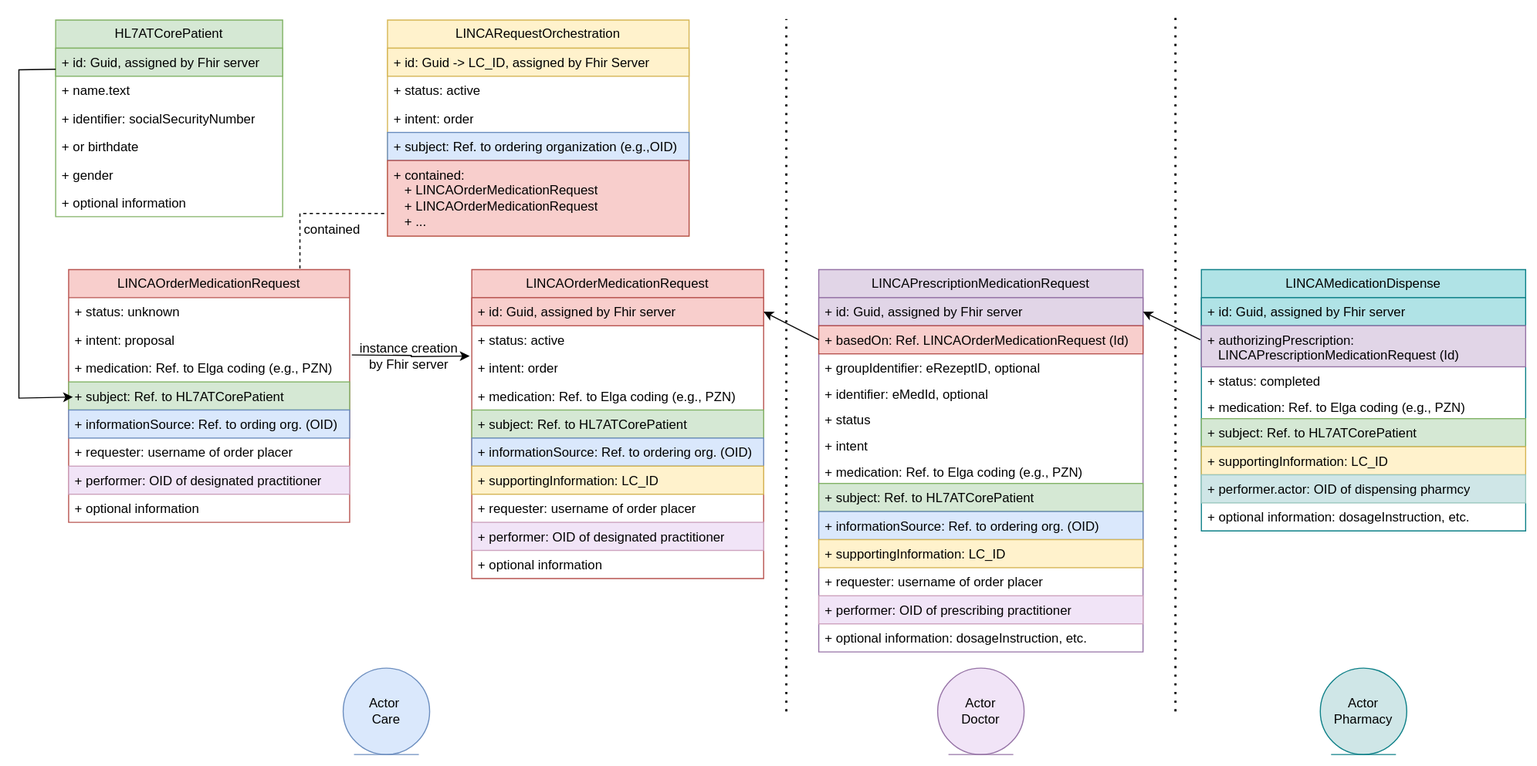
Above: input/images/LINCA_resources_details.svg in HL7Austria/LinkedCare (draw.io), before the change. Source tidied: cells renumbered, new cells last; positions are measured from the earlier drawing's top-left corner, leaving out a move shared by most shapes.
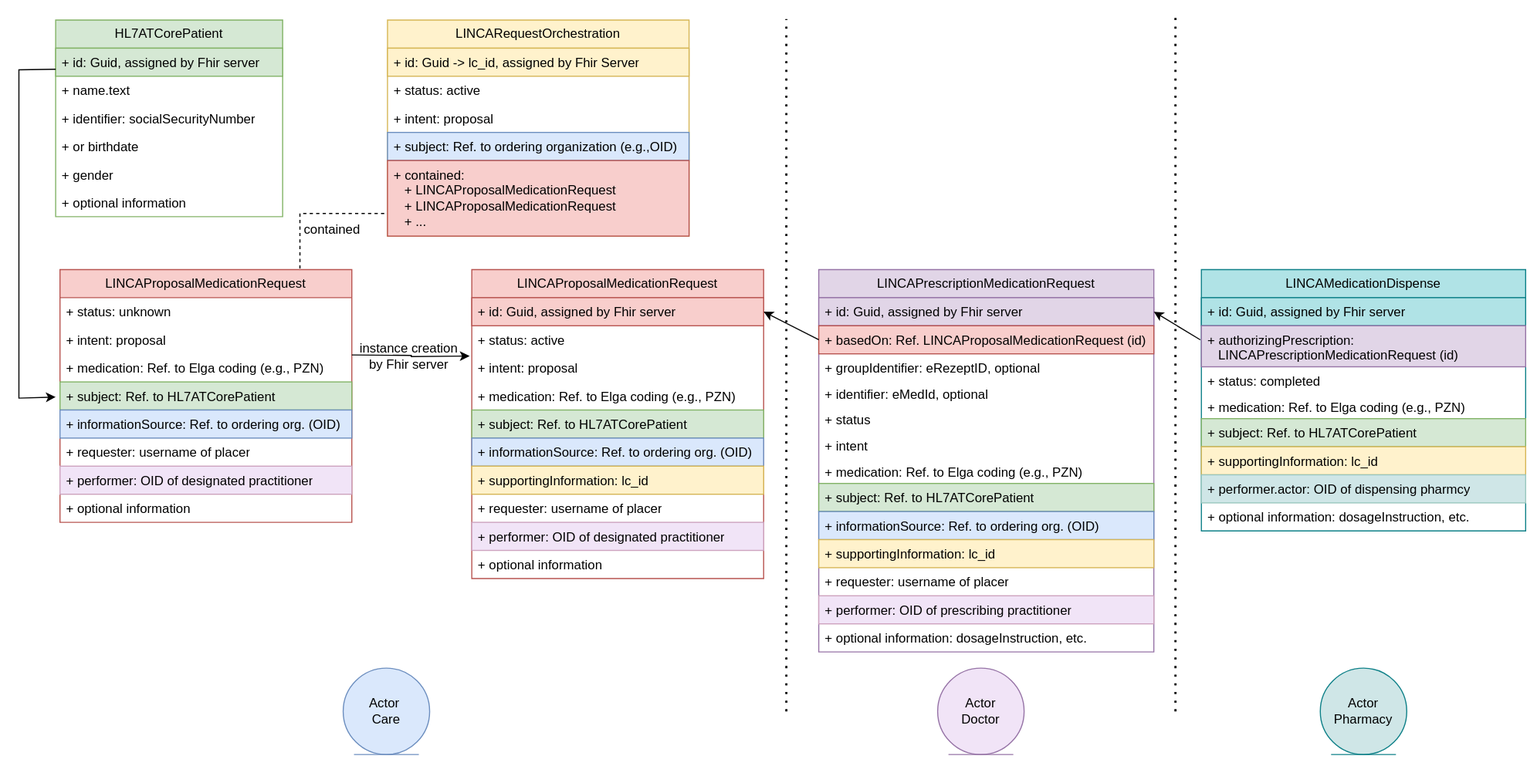
The same diagram one commit later.

The edit, as a diff of the source:
```diff
@@ -28,3 +28,3 @@
     </mxCell>
-    <mxCell id="10" value="+ id: Guid -&amp;gt; LC_ID, assigned by Fhir Server" style="text;strokeColor=#d6b656;fillColor=#fff2cc;align=left;verticalAlign=top;spacingLeft=4;spacingRight=4;overflow=hidden;whiteSpace=wrap;html=1;" parent="9" vertex="1">
+    <mxCell id="10" value="+ id: Guid -&amp;gt; lc_id, assigned by Fhir Server" style="text;strokeColor=#d6b656;fillColor=#fff2cc;align=left;verticalAlign=top;spacingLeft=4;spacingRight=4;overflow=hidden;whiteSpace=wrap;html=1;" parent="9" vertex="1">
       <mxGeometry y="26" width="279" height="26" as="geometry" />
@@ -34,3 +34,3 @@
     </mxCell>
-    <mxCell id="12" value="+ intent: order" style="text;strokeColor=none;fillColor=none;align=left;verticalAlign=top;spacingLeft=4;spacingRight=4;overflow=hidden;whiteSpace=wrap;html=1;" parent="9" vertex="1">
+    <mxCell id="12" value="+ intent: proposal" style="text;strokeColor=none;fillColor=none;align=left;verticalAlign=top;spacingLeft=4;spacingRight=4;overflow=hidden;whiteSpace=wrap;html=1;" parent="9" vertex="1">
       <mxGeometry y="78" width="279" height="26" as="geometry" />
@@ -40,33 +40,33 @@
     </mxCell>
-    <mxCell id="14" value="+ contained:&amp;nbsp;&lt;br&gt;&lt;blockquote style=&quot;margin: 0 0 0 40px; border: none; padding: 0px;&quot;&gt;&lt;/blockquote&gt;&lt;span style=&quot;background-color: initial;&quot;&gt;&amp;nbsp; &amp;nbsp;+ LINCAOrderMedicationRequest&lt;br&gt;&lt;/span&gt;&amp;nbsp; &amp;nbsp;+ LINCAOrderMedicationRequest&lt;br&gt;&amp;nbsp; &amp;nbsp;+ ...&lt;br&gt;&lt;blockquote style=&quot;margin: 0 0 0 40px; border: none; padding: 0px;&quot;&gt;&lt;/blockquote&gt;" style="text;strokeColor=#b85450;fillColor=#f8cecc;align=left;verticalAlign=top;spacingLeft=4;spacingRight=4;overflow=hidden;whiteSpace=wrap;html=1;" parent="9" vertex="1">
+    <mxCell id="14" value="+ contained:&amp;nbsp;&lt;br&gt;&lt;blockquote style=&quot;margin: 0 0 0 40px; border: none; padding: 0px;&quot;&gt;&lt;/blockquote&gt;&lt;span style=&quot;background-color: initial;&quot;&gt;&amp;nbsp; &amp;nbsp;+ LINCAProposalMedicationRequest&lt;br&gt;&lt;/span&gt;&amp;nbsp; &amp;nbsp;+ LINCAProposalMedicationRequest&lt;br&gt;&amp;nbsp; &amp;nbsp;+ ...&lt;br&gt;&lt;blockquote style=&quot;margin: 0 0 0 40px; border: none; padding: 0px;&quot;&gt;&lt;/blockquote&gt;" style="text;strokeColor=#b85450;fillColor=#f8cecc;align=left;verticalAlign=top;spacingLeft=4;spacingRight=4;overflow=hidden;whiteSpace=wrap;html=1;" parent="9" vertex="1">
       <mxGeometry y="130" width="279" height="70" as="geometry" />
     </mxCell>
-    <mxCell id="15" value="LINCAOrderMedicationRequest" style="swimlane;fontStyle=0;horizontal=1;startSize=26;fillColor=#f8cecc;whiteSpace=wrap;html=1;strokeColor=#b85450;" parent="1" vertex="1">
-      <mxGeometry x="46" y="238" width="260" height="234" as="geometry" />
+    <mxCell id="15" value="LINCAProposalMedicationRequest" style="swimlane;fontStyle=0;horizontal=1;startSize=26;fillColor=#f8cecc;whiteSpace=wrap;html=1;strokeColor=#b85450;" parent="1" vertex="1">
+      <mxGeometry x="38" y="238" width="270" height="234" as="geometry" />
     </mxCell>
     <mxCell id="16" value="+ status: unknown" style="text;strokeColor=none;fillColor=none;align=left;verticalAlign=top;spacingLeft=4;spacingRight=4;overflow=hidden;whiteSpace=wrap;html=1;" parent="15" vertex="1">
-      <mxGeometry y="26" width="260" height="26" as="geometry" />
+      <mxGeometry y="26" width="270" height="26" as="geometry" />
     </mxCell>
     <mxCell id="17" value="+ intent: proposal" style="text;strokeColor=none;fillColor=none;align=left;verticalAlign=top;spacingLeft=4;spacingRight=4;overflow=hidden;whiteSpace=wrap;html=1;" parent="15" vertex="1">
-      <mxGeometry y="52" width="260" height="26" as="geometry" />
+      <mxGeometry y="52" width="270" height="26" as="geometry" />
     </mxCell>
     <mxCell id="18" value="+ medication: Ref. to Elga coding (e.g., PZN)" style="text;strokeColor=none;fillColor=none;align=left;verticalAlign=top;spacingLeft=4;spacingRight=4;overflow=hidden;whiteSpace=wrap;html=1;" parent="15" vertex="1">
-      <mxGeometry y="78" width="260" height="26" as="geometry" />
+      <mxGeometry y="78" width="270" height="26" as="geometry" />
     </mxCell>
     <mxCell id="19" value="+ subject: Ref. to HL7ATCorePatient" style="text;strokeColor=#82b366;fillColor=#d5e8d4;align=left;verticalAlign=top;spacingLeft=4;spacingRight=4;overflow=hidden;whiteSpace=wrap;html=1;" parent="15" vertex="1">
-      <mxGeometry y="104" width="260" height="26" as="geometry" />
+      <mxGeometry y="104" width="270" height="26" as="geometry" />
     </mxCell>
-    <mxCell id="20" value="+ informationSource: Ref. to ording org. (OID)" style="text;strokeColor=#6c8ebf;fillColor=#dae8fc;align=left;verticalAlign=top;spacingLeft=4;spacingRight=4;overflow=hidden;whiteSpace=wrap;html=1;" parent="15" vertex="1">
-      <mxGeometry y="130" width="260" height="26" as="geometry" />
+    <mxCell id="20" value="+ informationSource: Ref. to ordering org. (OID)" style="text;strokeColor=#6c8ebf;fillColor=#dae8fc;align=left;verticalAlign=top;spacingLeft=4;spacingRight=4;overflow=hidden;whiteSpace=wrap;html=1;" parent="15" vertex="1">
+      <mxGeometry y="130" width="270" height="26" as="geometry" />
     </mxCell>
-    <mxCell id="21" value="+ requester: username of order placer" style="text;strokeColor=none;fillColor=none;align=left;verticalAlign=top;spacingLeft=4;spacingRight=4;overflow=hidden;whiteSpace=wrap;html=1;" parent="15" vertex="1">
-      <mxGeometry y="156" width="260" height="26" as="geometry" />
+    <mxCell id="21" value="+ requester: username of placer" style="text;strokeColor=none;fillColor=none;align=left;verticalAlign=top;spacingLeft=4;spacingRight=4;overflow=hidden;whiteSpace=wrap;html=1;" parent="15" vertex="1">
+      <mxGeometry y="156" width="270" height="26" as="geometry" />
     </mxCell>
     <mxCell id="22" value="+ performer: OID of designated practitioner" style="text;strokeColor=#CDA2BE;fillColor=#F1E4F7;align=left;verticalAlign=top;spacingLeft=4;spacingRight=4;overflow=hidden;whiteSpace=wrap;html=1;" parent="15" vertex="1">
-      <mxGeometry y="182" width="260" height="26" as="geometry" />
+      <mxGeometry y="182" width="270" height="26" as="geometry" />
     </mxCell>
     <mxCell id="23" value="+ optional information" style="text;strokeColor=none;fillColor=none;align=left;verticalAlign=top;spacingLeft=4;spacingRight=4;overflow=hidden;whiteSpace=wrap;html=1;" parent="15" vertex="1">
-      <mxGeometry y="208" width="260" height="26" as="geometry" />
+      <mxGeometry y="208" width="270" height="26" as="geometry" />
     </mxCell>
-    <mxCell id="24" value="LINCAOrderMedicationRequest" style="swimlane;fontStyle=0;horizontal=1;startSize=26;fillColor=#f8cecc;whiteSpace=wrap;html=1;strokeColor=#b85450;" parent="1" vertex="1">
+    <mxCell id="24" value="LINCAProposalMedicationRequest" style="swimlane;fontStyle=0;horizontal=1;startSize=26;fillColor=#f8cecc;whiteSpace=wrap;html=1;strokeColor=#b85450;" parent="1" vertex="1">
       <mxGeometry x="419" y="238" width="270" height="286" as="geometry" />
@@ -79,3 +79,3 @@
     </mxCell>
-    <mxCell id="27" value="+ intent: order" style="text;strokeColor=none;fillColor=none;align=left;verticalAlign=top;spacingLeft=4;spacingRight=4;overflow=hidden;whiteSpace=wrap;html=1;" parent="24" vertex="1">
+    <mxCell id="27" value="+ intent: proposal" style="text;strokeColor=none;fillColor=none;align=left;verticalAlign=top;spacingLeft=4;spacingRight=4;overflow=hidden;whiteSpace=wrap;html=1;" parent="24" vertex="1">
       <mxGeometry y="78" width="270" height="26" as="geometry" />
@@ -91,6 +91,6 @@
     </mxCell>
-    <mxCell id="31" value="+ supportingInformation: LC_ID" style="text;strokeColor=#d6b656;fillColor=#fff2cc;align=left;verticalAlign=top;spacingLeft=4;spacingRight=4;overflow=hidden;whiteSpace=wrap;html=1;" parent="24" vertex="1">
+    <mxCell id="31" value="+ supportingInformation: lc_id" style="text;strokeColor=#d6b656;fillColor=#fff2cc;align=left;verticalAlign=top;spacingLeft=4;spacingRight=4;overflow=hidden;whiteSpace=wrap;html=1;" parent="24" vertex="1">
       <mxGeometry y="182" width="270" height="26" as="geometry" />
     </mxCell>
-    <mxCell id="32" value="+ requester: username of order placer" style="text;strokeColor=none;fillColor=none;align=left;verticalAlign=top;spacingLeft=4;spacingRight=4;overflow=hidden;whiteSpace=wrap;html=1;" parent="24" vertex="1">
+    <mxCell id="32" value="+ requester: username of placer" style="text;strokeColor=none;fillColor=none;align=left;verticalAlign=top;spacingLeft=4;spacingRight=4;overflow=hidden;whiteSpace=wrap;html=1;" parent="24" vertex="1">
       <mxGeometry y="208" width="270" height="26" as="geometry" />
@@ -125,42 +125,42 @@
     <mxCell id="39" value="LINCAPrescriptionMedicationRequest" style="swimlane;fontStyle=0;horizontal=1;startSize=26;fillColor=#e1d5e7;whiteSpace=wrap;html=1;strokeColor=#9673a6;" parent="1" vertex="1">
-      <mxGeometry x="740" y="238" width="300" height="354" as="geometry" />
+      <mxGeometry x="740" y="238" width="310" height="354" as="geometry" />
     </mxCell>
     <mxCell id="40" value="+ id: Guid, assigned by Fhir server" style="text;strokeColor=#9673a6;fillColor=#e1d5e7;align=left;verticalAlign=top;spacingLeft=4;spacingRight=4;overflow=hidden;points=[[0,0.5],[1,0.5]];portConstraint=eastwest;whiteSpace=wrap;html=1;" parent="39" vertex="1">
-      <mxGeometry y="26" width="300" height="26" as="geometry" />
+      <mxGeometry y="26" width="310" height="26" as="geometry" />
     </mxCell>
-    <mxCell id="41" value="+ basedOn: Ref. LINCAOrderMedicationRequest (Id)" style="text;strokeColor=#b85450;fillColor=#f8cecc;align=left;verticalAlign=top;spacingLeft=4;spacingRight=4;overflow=hidden;points=[[0,0.5],[1,0.5]];portConstraint=eastwest;whiteSpace=wrap;html=1;" parent="39" vertex="1">
-      <mxGeometry y="52" width="300" height="26" as="geometry" />
+    <mxCell id="41" value="+ basedOn: Ref. LINCAProposalMedicationRequest (id)" style="text;strokeColor=#b85450;fillColor=#f8cecc;align=left;verticalAlign=top;spacingLeft=4;spacingRight=4;overflow=hidden;points=[[0,0.5],[1,0.5]];portConstraint=eastwest;whiteSpace=wrap;html=1;" parent="39" vertex="1">
+      <mxGeometry y="52" width="310" height="26" as="geometry" />
     </mxCell>
     <mxCell id="42" value="+ groupIdentifier: eRezeptID, optional" style="text;strokeColor=none;fillColor=none;align=left;verticalAlign=top;spacingLeft=4;spacingRight=4;overflow=hidden;whiteSpace=wrap;html=1;" parent="39" vertex="1">
-      <mxGeometry y="78" width="300" height="24" as="geometry" />
+      <mxGeometry y="78" width="310" height="24" as="geometry" />
     </mxCell>
     <mxCell id="43" value="+ identifier: eMedId, optional" style="text;strokeColor=none;fillColor=none;align=left;verticalAlign=top;spacingLeft=4;spacingRight=4;overflow=hidden;whiteSpace=wrap;html=1;" parent="39" vertex="1">
-      <mxGeometry y="102" width="300" height="24" as="geometry" />
+      <mxGeometry y="102" width="310" height="24" as="geometry" />
     </mxCell>
     <mxCell id="44" value="+ status" style="text;strokeColor=none;fillColor=none;align=left;verticalAlign=top;spacingLeft=4;spacingRight=4;overflow=hidden;whiteSpace=wrap;html=1;" parent="39" vertex="1">
-      <mxGeometry y="126" width="300" height="24" as="geometry" />
+      <mxGeometry y="126" width="310" height="24" as="geometry" />
     </mxCell>
     <mxCell id="45" value="+ intent" style="text;strokeColor=none;fillColor=none;align=left;verticalAlign=top;spacingLeft=4;spacingRight=4;overflow=hidden;whiteSpace=wrap;html=1;" parent="39" vertex="1">
-      <mxGeometry y="150" width="300" height="24" as="geometry" />
+      <mxGeometry y="150" width="310" height="24" as="geometry" />
     </mxCell>
     <mxCell id="46" value="+ medication: Ref. to Elga coding (e.g., PZN)" style="text;strokeColor=none;fillColor=none;align=left;verticalAlign=top;spacingLeft=4;spacingRight=4;overflow=hidden;whiteSpace=wrap;html=1;" parent="39" vertex="1">
-      <mxGeometry y="174" width="300" height="24" as="geometry" />
+      <mxGeometry y="174" width="310" height="24" as="geometry" />
     </mxCell>
     <mxCell id="47" value="+ subject: Ref. to HL7ATCorePatient" style="text;strokeColor=#82b366;fillColor=#d5e8d4;align=left;verticalAlign=top;spacingLeft=4;spacingRight=4;overflow=hidden;whiteSpace=wrap;html=1;" parent="39" vertex="1">
-      <mxGeometry y="198" width="300" height="26" as="geometry" />
+      <mxGeometry y="198" width="310" height="26" as="geometry" />
     </mxCell>
     <mxCell id="48" value="+ informationSource: Ref. to ordering org. (OID)" style="text;strokeColor=#6c8ebf;fillColor=#dae8fc;align=left;verticalAlign=top;spacingLeft=4;spacingRight=4;overflow=hidden;whiteSpace=wrap;html=1;" parent="39" vertex="1">
-      <mxGeometry y="224" width="300" height="26" as="geometry" />
+      <mxGeometry y="224" width="310" height="26" as="geometry" />
     </mxCell>
-    <mxCell id="49" value="+ supportingInformation: LC_ID" style="text;strokeColor=#d6b656;fillColor=#fff2cc;align=left;verticalAlign=top;spacingLeft=4;spacingRight=4;overflow=hidden;whiteSpace=wrap;html=1;" parent="39" vertex="1">
-      <mxGeometry y="250" width="300" height="26" as="geometry" />
+    <mxCell id="49" value="+ supportingInformation: lc_id" style="text;strokeColor=#d6b656;fillColor=#fff2cc;align=left;verticalAlign=top;spacingLeft=4;spacingRight=4;overflow=hidden;whiteSpace=wrap;html=1;" parent="39" vertex="1">
+      <mxGeometry y="250" width="310" height="26" as="geometry" />
     </mxCell>
-    <mxCell id="50" value="+ requester: username of order placer" style="text;strokeColor=none;fillColor=none;align=left;verticalAlign=top;spacingLeft=4;spacingRight=4;overflow=hidden;whiteSpace=wrap;html=1;" parent="39" vertex="1">
-      <mxGeometry y="276" width="300" height="26" as="geometry" />
+    <mxCell id="50" value="+ requester: username of placer" style="text;strokeColor=none;fillColor=none;align=left;verticalAlign=top;spacingLeft=4;spacingRight=4;overflow=hidden;whiteSpace=wrap;html=1;" parent="39" vertex="1">
+      <mxGeometry y="276" width="310" height="26" as="geometry" />
     </mxCell>
     <mxCell id="51" value="+ performer: OID of prescribing practitioner" style="text;strokeColor=#CDA2BE;fillColor=#F1E4F7;align=left;verticalAlign=top;spacingLeft=4;spacingRight=4;overflow=hidden;whiteSpace=wrap;html=1;" parent="39" vertex="1">
-      <mxGeometry y="302" width="300" height="26" as="geometry" />
+      <mxGeometry y="302" width="310" height="26" as="geometry" />
     </mxCell>
     <mxCell id="52" value="+ optional information: dosageInstruction, etc." style="text;strokeColor=none;fillColor=none;align=left;verticalAlign=top;spacingLeft=4;spacingRight=4;overflow=hidden;whiteSpace=wrap;html=1;" parent="39" vertex="1">
-      <mxGeometry y="328" width="300" height="26" as="geometry" />
+      <mxGeometry y="328" width="310" height="26" as="geometry" />
     </mxCell>
@@ -172,3 +172,3 @@
     </mxCell>
-    <mxCell id="55" value="+ authorizingPrescription:&amp;nbsp;&lt;br&gt;&amp;nbsp; &amp;nbsp;LINCAPrescriptionMedicationRequest (Id)" style="text;strokeColor=#9673a6;fillColor=#e1d5e7;align=left;verticalAlign=top;spacingLeft=4;spacingRight=4;overflow=hidden;whiteSpace=wrap;html=1;" parent="53" vertex="1">
+    <mxCell id="55" value="+ authorizingPrescription:&amp;nbsp;&lt;br&gt;&amp;nbsp; &amp;nbsp;LINCAPrescriptionMedicationRequest (id)" style="text;strokeColor=#9673a6;fillColor=#e1d5e7;align=left;verticalAlign=top;spacingLeft=4;spacingRight=4;overflow=hidden;whiteSpace=wrap;html=1;" parent="53" vertex="1">
       <mxGeometry y="52" width="300" height="38" as="geometry" />
@@ -184,3 +184,3 @@
     </mxCell>
-    <mxCell id="59" value="+ supportingInformation: LC_ID" style="text;strokeColor=#d6b656;fillColor=#fff2cc;align=left;verticalAlign=top;spacingLeft=4;spacingRight=4;overflow=hidden;whiteSpace=wrap;html=1;" parent="53" vertex="1">
+    <mxCell id="59" value="+ supportingInformation: lc_id" style="text;strokeColor=#d6b656;fillColor=#fff2cc;align=left;verticalAlign=top;spacingLeft=4;spacingRight=4;overflow=hidden;whiteSpace=wrap;html=1;" parent="53" vertex="1">
       <mxGeometry y="164" width="300" height="26" as="geometry" />
@@ -196,6 +196,5 @@
     </mxCell>
-    <mxCell id="63" style="endArrow=classic;html=1;rounded=0;entryX=1;entryY=0.5;entryDx=0;entryDy=0;" parent="1" edge="1">
+    <mxCell id="63" style="endArrow=classic;html=1;rounded=0;entryX=1;entryY=0.5;entryDx=0;entryDy=0;" parent="1" edge="1" target="40">
       <mxGeometry relative="1" as="geometry">
         <mxPoint x="1093" y="303" as="sourcePoint" />
-        <mxPoint x="1040" y="277" as="targetPoint" />
       </mxGeometry>
@@ -204,3 +203,3 @@
       <mxGeometry relative="1" as="geometry">
-        <mxPoint x="50" y="356" as="targetPoint" />
+        <mxPoint x="34" y="356" as="targetPoint" />
         <Array as="points">
```
